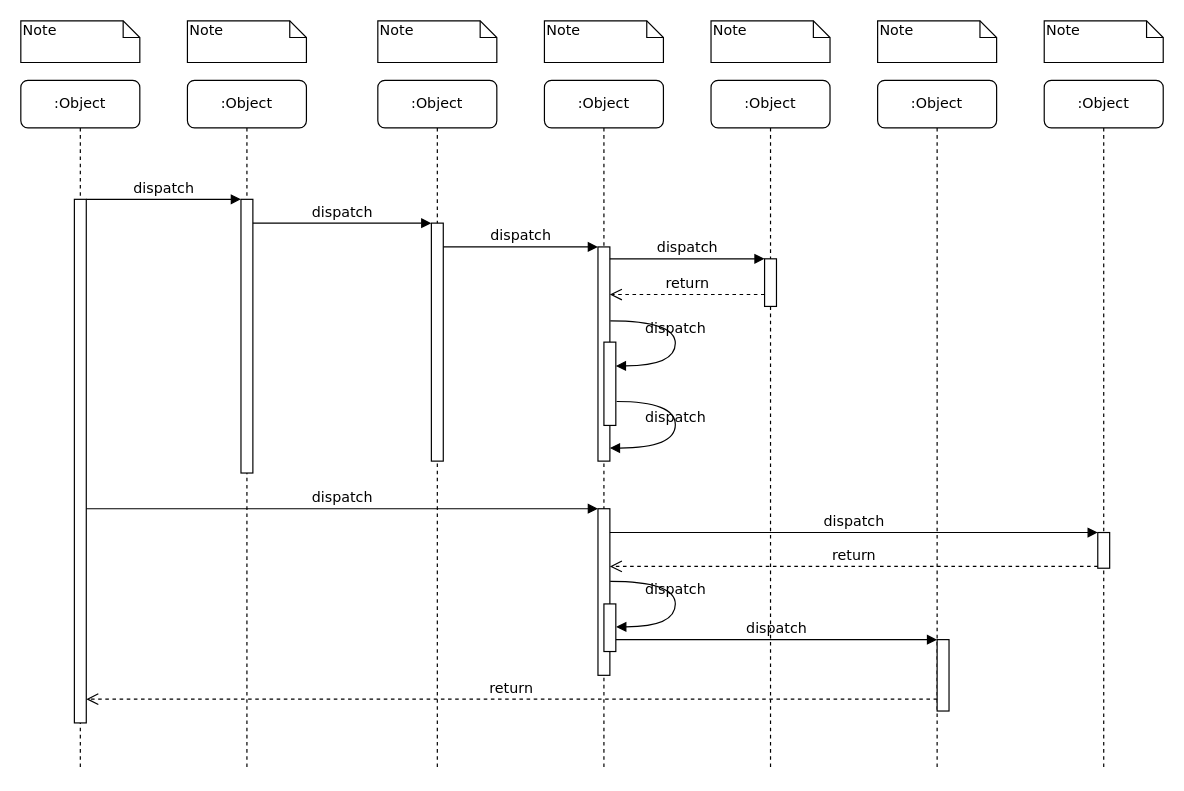
Before: HVIL.drawio in HikerPan/canwifi, a draw.io diagram. Source tidied: cells renumbered, new cells numbered last; positions are measured from the earlier drawing's top-left corner, leaving out a move shared by most shapes. Both pictures are drawn from the tidied source at 119%, with x=0, y=0 at pixel (20, 20).
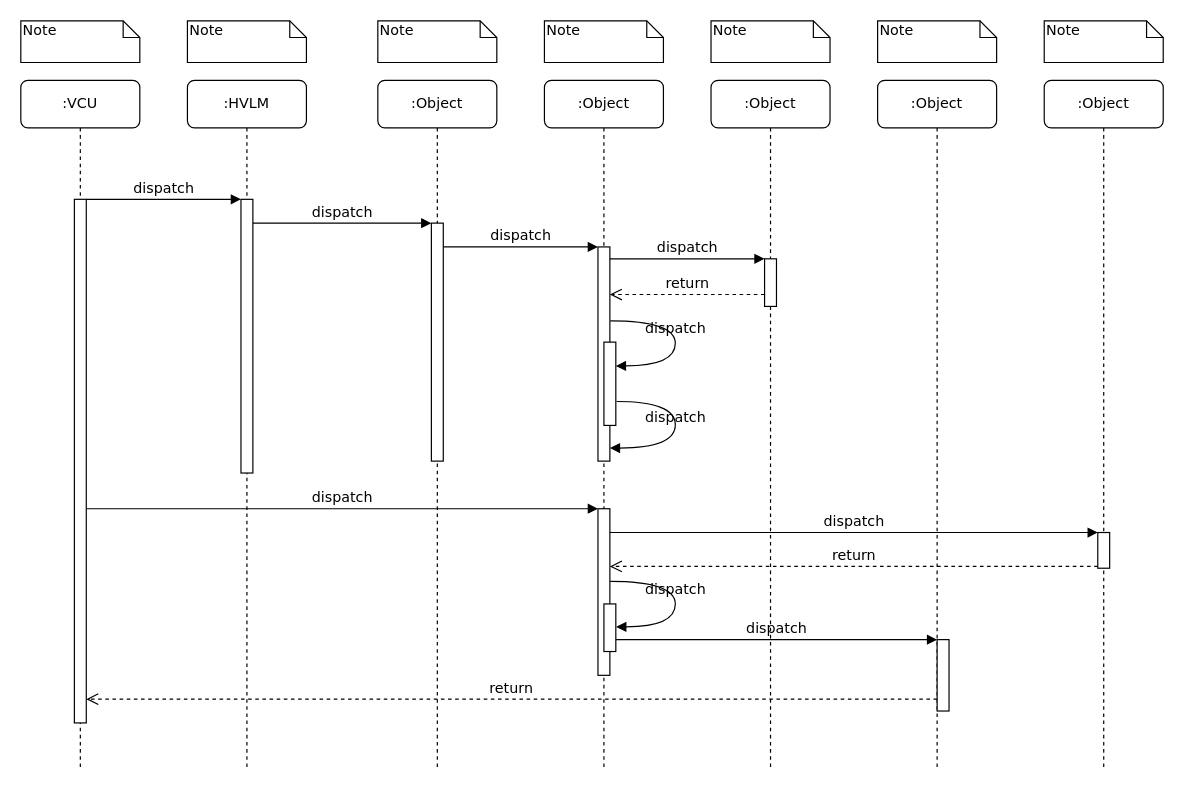
After the change.

What changed in the source:
```diff
@@
-    <mxCell id="2" value=":Object" style="shape=umlLifeline;perimeter=lifelinePerimeter;whiteSpace=wrap;html=1;rounded=1;shadow=0;comic=0;labelBackgroundColor=none;strokeWidth=1;fontFamily=Verdana;fontSize=12;align=center;" parent="1" vertex="1">
+    <mxCell id="2" value=":HVLM" style="shape=umlLifeline;perimeter=lifelinePerimeter;whiteSpace=wrap;html=1;rounded=1;shadow=0;comic=0;labelBackgroundColor=none;strokeWidth=1;fontFamily=Verdana;fontSize=12;align=center;" parent="1" vertex="1">
       <mxGeometry x="140" y="50" width="100" height="580" as="geometry" />
     </mxCell>
@@
-    <mxCell id="10" value=":Object" style="shape=umlLifeline;perimeter=lifelinePerimeter;whiteSpace=wrap;html=1;rounded=1;shadow=0;comic=0;labelBackgroundColor=none;strokeWidth=1;fontFamily=Verdana;fontSize=12;align=center;" parent="1" vertex="1">
+    <mxCell id="10" value=":VCU" style="shape=umlLifeline;perimeter=lifelinePerimeter;whiteSpace=wrap;html=1;rounded=1;shadow=0;comic=0;labelBackgroundColor=none;strokeWidth=1;fontFamily=Verdana;fontSize=12;align=center;" parent="1" vertex="1">
       <mxGeometry y="50" width="100" height="580" as="geometry" />
     </mxCell>
```
